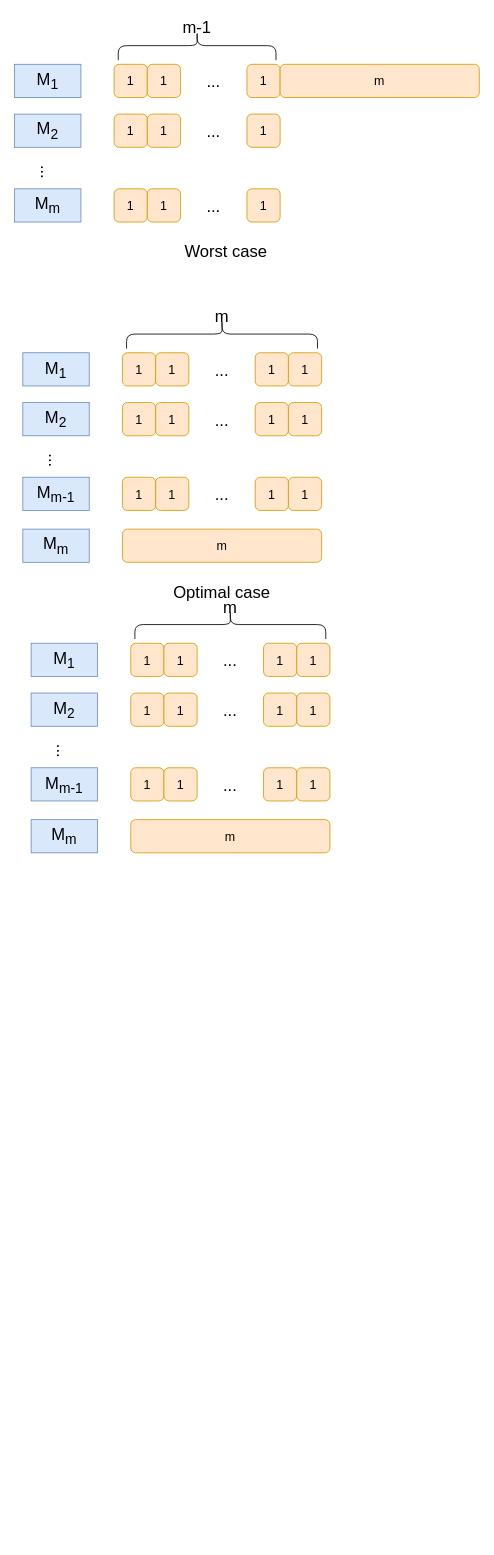
observer426/testForGit keeps this draw.io diagram as 高级算法.drawio. Above is the earlier version. Source tidied: cells renumbered, new cells numbered last; positions are measured from the earlier drawing's top-left corner, leaving out a move shared by most shapes. Both pictures are drawn from the tidied source at 83%, with x=0, y=0 at pixel (14, -34).
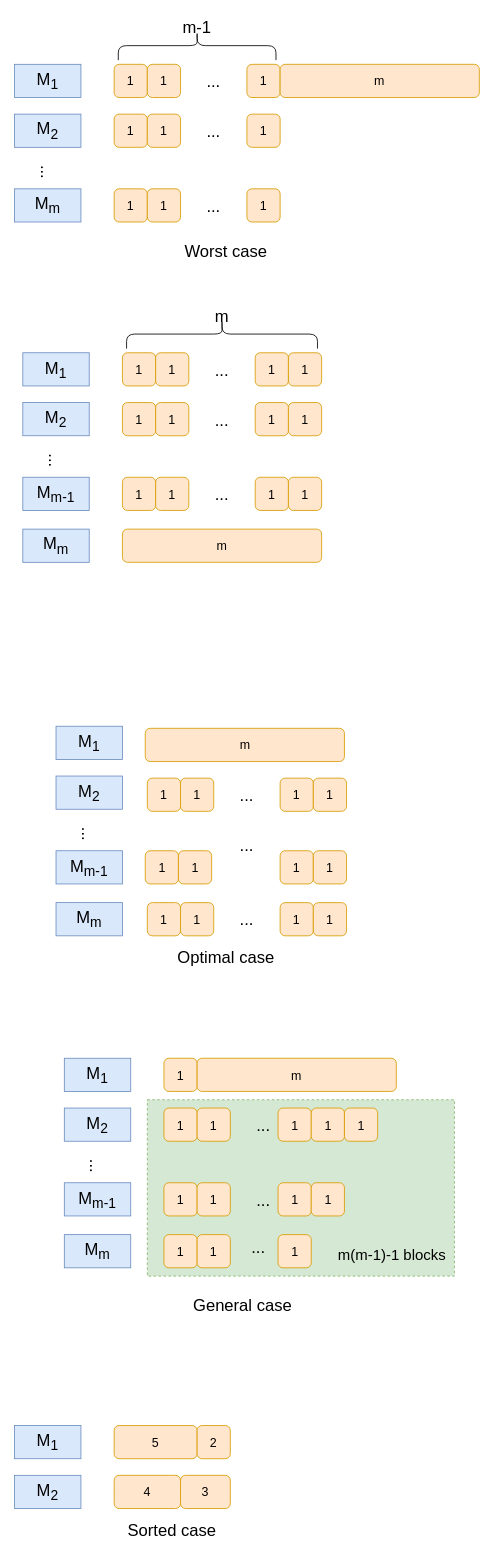
Above is the later version.

Commit message:
更新高级算法.drawio

Change to the diagram source:
```diff
@@
+    <mxCell id="69" style="rounded=0;whiteSpace=wrap;html=1;fillColor=#d5e8d4;strokeColor=#82b366;dashed=1;" parent="1" vertex="1">
+      <mxGeometry x="160" y="1365.5" width="370" height="212.5" as="geometry" />
+    </mxCell>
@@
     <mxCell id="40" value="&lt;font style=&quot;font-size: 20px;&quot;&gt;Optimal case&lt;/font&gt;" style="text;html=1;align=center;verticalAlign=middle;whiteSpace=wrap;rounded=0;" parent="1" vertex="1">
-      <mxGeometry x="185" y="738" width="130" height="30" as="geometry" />
+      <mxGeometry x="190" y="1178" width="130" height="30" as="geometry" />
     </mxCell>
@@
     <mxCell id="46" value="&lt;font style=&quot;font-size: 20px;&quot;&gt;M&lt;sub&gt;1&lt;/sub&gt;&lt;/font&gt;" style="rounded=0;whiteSpace=wrap;html=1;fillColor=#dae8fc;strokeColor=#6c8ebf;" parent="1" vertex="1">
-      <mxGeometry x="20" y="815.5" width="80" height="40" as="geometry" />
+      <mxGeometry x="50" y="915.5" width="80" height="40" as="geometry" />
     </mxCell>
-    <mxCell id="47" value="&lt;font style=&quot;font-size: 15px;&quot;&gt;1&lt;/font&gt;" style="rounded=1;whiteSpace=wrap;html=1;fillColor=#ffe6cc;strokeColor=#d79b00;" parent="1" vertex="1">
-      <mxGeometry x="140" y="815.5" width="40" height="40" as="geometry" />
-    </mxCell>
-    <mxCell id="48" value="&lt;font style=&quot;font-size: 15px;&quot;&gt;1&lt;/font&gt;" style="rounded=1;whiteSpace=wrap;html=1;fillColor=#ffe6cc;strokeColor=#d79b00;" parent="1" vertex="1">
-      <mxGeometry x="180" y="815.5" width="40" height="40" as="geometry" />
-    </mxCell>
-    <mxCell id="49" value="&lt;font style=&quot;font-size: 20px;&quot;&gt;...&lt;/font&gt;" style="text;html=1;align=center;verticalAlign=middle;whiteSpace=wrap;rounded=0;" parent="1" vertex="1">
-      <mxGeometry x="230" y="820.5" width="60" height="30" as="geometry" />
-    </mxCell>
-    <mxCell id="50" value="&lt;font style=&quot;font-size: 15px;&quot;&gt;1&lt;/font&gt;" style="rounded=1;whiteSpace=wrap;html=1;fillColor=#ffe6cc;strokeColor=#d79b00;" parent="1" vertex="1">
-      <mxGeometry x="300" y="815.5" width="40" height="40" as="geometry" />
-    </mxCell>
-    <mxCell id="51" style="shape=curlyBracket;whiteSpace=wrap;html=1;rounded=1;labelPosition=left;verticalLabelPosition=middle;align=right;verticalAlign=middle;rotation=90;" parent="1" vertex="1">
-      <mxGeometry x="242.5" y="678" width="35" height="230" as="geometry" />
-    </mxCell>
-    <mxCell id="52" value="&lt;font style=&quot;font-size: 20px;&quot;&gt;m&lt;/font&gt;" style="text;html=1;align=center;verticalAlign=middle;whiteSpace=wrap;rounded=0;" parent="1" vertex="1">
-      <mxGeometry x="230" y="755.5" width="60" height="30" as="geometry" />
-    </mxCell>
     <mxCell id="53" value="&lt;font style=&quot;font-size: 20px;&quot;&gt;M&lt;sub&gt;2&lt;/sub&gt;&lt;/font&gt;" style="rounded=0;whiteSpace=wrap;html=1;fillColor=#dae8fc;strokeColor=#6c8ebf;" parent="1" vertex="1">
-      <mxGeometry x="20" y="875.5" width="80" height="40" as="geometry" />
+      <mxGeometry x="50" y="975.5" width="80" height="40" as="geometry" />
     </mxCell>
     <mxCell id="54" value="&lt;font style=&quot;font-size: 20px;&quot;&gt;...&lt;/font&gt;" style="text;html=1;align=center;verticalAlign=middle;whiteSpace=wrap;rounded=0;rotation=90;" parent="1" vertex="1">
-      <mxGeometry x="30" y="930.5" width="60" height="30" as="geometry" />
+      <mxGeometry x="60" y="1030.5" width="60" height="30" as="geometry" />
     </mxCell>
     <mxCell id="55" value="&lt;font style=&quot;font-size: 20px;&quot;&gt;M&lt;sub&gt;m-1&lt;/sub&gt;&lt;/font&gt;" style="rounded=0;whiteSpace=wrap;html=1;fillColor=#dae8fc;strokeColor=#6c8ebf;" parent="1" vertex="1">
-      <mxGeometry x="20" y="965.5" width="80" height="40" as="geometry" />
+      <mxGeometry x="50" y="1065.5" width="80" height="40" as="geometry" />
     </mxCell>
     <mxCell id="56" value="&lt;font style=&quot;font-size: 15px;&quot;&gt;m&lt;/font&gt;" style="rounded=1;whiteSpace=wrap;html=1;fillColor=#ffe6cc;strokeColor=#d79b00;" parent="1" vertex="1">
-      <mxGeometry x="140" y="1028" width="240" height="40" as="geometry" />
+      <mxGeometry x="157.5" y="918" width="240" height="40" as="geometry" />
     </mxCell>
-    <mxCell id="57" value="&lt;font style=&quot;font-size: 15px;&quot;&gt;1&lt;/font&gt;" style="rounded=1;whiteSpace=wrap;html=1;fillColor=#ffe6cc;strokeColor=#d79b00;" parent="1" vertex="1">
-      <mxGeometry x="140" y="875.5" width="40" height="40" as="geometry" />
-    </mxCell>
-    <mxCell id="58" value="&lt;font style=&quot;font-size: 15px;&quot;&gt;1&lt;/font&gt;" style="rounded=1;whiteSpace=wrap;html=1;fillColor=#ffe6cc;strokeColor=#d79b00;" parent="1" vertex="1">
-      <mxGeometry x="180" y="875.5" width="40" height="40" as="geometry" />
-    </mxCell>
-    <mxCell id="59" value="&lt;font style=&quot;font-size: 20px;&quot;&gt;...&lt;/font&gt;" style="text;html=1;align=center;verticalAlign=middle;whiteSpace=wrap;rounded=0;" parent="1" vertex="1">
-      <mxGeometry x="230" y="880.5" width="60" height="30" as="geometry" />
-    </mxCell>
-    <mxCell id="60" value="&lt;font style=&quot;font-size: 15px;&quot;&gt;1&lt;/font&gt;" style="rounded=1;whiteSpace=wrap;html=1;fillColor=#ffe6cc;strokeColor=#d79b00;" parent="1" vertex="1">
-      <mxGeometry x="300" y="875.5" width="40" height="40" as="geometry" />
-    </mxCell>
-    <mxCell id="61" value="&lt;font style=&quot;font-size: 15px;&quot;&gt;1&lt;/font&gt;" style="rounded=1;whiteSpace=wrap;html=1;fillColor=#ffe6cc;strokeColor=#d79b00;" parent="1" vertex="1">
-      <mxGeometry x="140" y="965.5" width="40" height="40" as="geometry" />
-    </mxCell>
-    <mxCell id="62" value="&lt;font style=&quot;font-size: 15px;&quot;&gt;1&lt;/font&gt;" style="rounded=1;whiteSpace=wrap;html=1;fillColor=#ffe6cc;strokeColor=#d79b00;" parent="1" vertex="1">
-      <mxGeometry x="180" y="965.5" width="40" height="40" as="geometry" />
-    </mxCell>
-    <mxCell id="63" value="&lt;font style=&quot;font-size: 20px;&quot;&gt;...&lt;/font&gt;" style="text;html=1;align=center;verticalAlign=middle;whiteSpace=wrap;rounded=0;" parent="1" vertex="1">
-      <mxGeometry x="230" y="970.5" width="60" height="30" as="geometry" />
-    </mxCell>
-    <mxCell id="64" value="&lt;font style=&quot;font-size: 15px;&quot;&gt;1&lt;/font&gt;" style="rounded=1;whiteSpace=wrap;html=1;fillColor=#ffe6cc;strokeColor=#d79b00;" parent="1" vertex="1">
-      <mxGeometry x="300" y="965.5" width="40" height="40" as="geometry" />
-    </mxCell>
-    <mxCell id="65" value="&lt;font style=&quot;font-size: 15px;&quot;&gt;1&lt;/font&gt;" style="rounded=1;whiteSpace=wrap;html=1;fillColor=#ffe6cc;strokeColor=#d79b00;" parent="1" vertex="1">
-      <mxGeometry x="340" y="815.5" width="40" height="40" as="geometry" />
-    </mxCell>
-    <mxCell id="66" value="&lt;font style=&quot;font-size: 15px;&quot;&gt;1&lt;/font&gt;" style="rounded=1;whiteSpace=wrap;html=1;fillColor=#ffe6cc;strokeColor=#d79b00;" parent="1" vertex="1">
-      <mxGeometry x="340" y="875.5" width="40" height="40" as="geometry" />
-    </mxCell>
-    <mxCell id="67" value="&lt;font style=&quot;font-size: 15px;&quot;&gt;1&lt;/font&gt;" style="rounded=1;whiteSpace=wrap;html=1;fillColor=#ffe6cc;strokeColor=#d79b00;" parent="1" vertex="1">
-      <mxGeometry x="340" y="965.5" width="40" height="40" as="geometry" />
-    </mxCell>
     <mxCell id="68" value="&lt;font style=&quot;font-size: 20px;&quot;&gt;M&lt;sub&gt;m&lt;/sub&gt;&lt;/font&gt;" style="rounded=0;whiteSpace=wrap;html=1;fillColor=#dae8fc;strokeColor=#6c8ebf;" parent="1" vertex="1">
-      <mxGeometry x="20" y="1028" width="80" height="40" as="geometry" />
+      <mxGeometry x="50" y="1128" width="80" height="40" as="geometry" />
     </mxCell>
+    <mxCell id="70" value="&lt;font style=&quot;font-size: 20px;&quot;&gt;M&lt;sub&gt;1&lt;/sub&gt;&lt;/font&gt;" style="rounded=0;whiteSpace=wrap;html=1;fillColor=#dae8fc;strokeColor=#6c8ebf;" parent="1" vertex="1">
+      <mxGeometry x="60" y="1315.5" width="80" height="40" as="geometry" />
+    </mxCell>
+    <mxCell id="71" value="&lt;font style=&quot;font-size: 15px;&quot;&gt;1&lt;/font&gt;" style="rounded=1;whiteSpace=wrap;html=1;fillColor=#ffe6cc;strokeColor=#d79b00;" parent="1" vertex="1">
+      <mxGeometry x="180" y="1315.5" width="40" height="40" as="geometry" />
+    </mxCell>
+    <mxCell id="72" value="&lt;font style=&quot;font-size: 15px;&quot;&gt;1&lt;/font&gt;" style="rounded=1;whiteSpace=wrap;html=1;fillColor=#ffe6cc;strokeColor=#d79b00;" parent="1" vertex="1">
+      <mxGeometry x="180" y="1528" width="40" height="40" as="geometry" />
+    </mxCell>
+    <mxCell id="73" value="&lt;font style=&quot;font-size: 20px;&quot;&gt;...&lt;/font&gt;" style="text;html=1;align=center;verticalAlign=middle;whiteSpace=wrap;rounded=0;" parent="1" vertex="1">
+      <mxGeometry x="264" y="1528" width="60" height="30" as="geometry" />
+    </mxCell>
+    <mxCell id="74" value="&lt;font style=&quot;font-size: 15px;&quot;&gt;1&lt;/font&gt;" style="rounded=1;whiteSpace=wrap;html=1;fillColor=#ffe6cc;strokeColor=#d79b00;" parent="1" vertex="1">
+      <mxGeometry x="220" y="1528" width="40" height="40" as="geometry" />
+    </mxCell>
+    <mxCell id="75" value="&lt;font style=&quot;font-size: 20px;&quot;&gt;M&lt;sub&gt;2&lt;/sub&gt;&lt;/font&gt;" style="rounded=0;whiteSpace=wrap;html=1;fillColor=#dae8fc;strokeColor=#6c8ebf;" parent="1" vertex="1">
+      <mxGeometry x="60" y="1375.5" width="80" height="40" as="geometry" />
+    </mxCell>
+    <mxCell id="76" value="&lt;font style=&quot;font-size: 20px;&quot;&gt;...&lt;/font&gt;" style="text;html=1;align=center;verticalAlign=middle;whiteSpace=wrap;rounded=0;rotation=90;" parent="1" vertex="1">
+      <mxGeometry x="70" y="1430.5" width="60" height="30" as="geometry" />
+    </mxCell>
+    <mxCell id="77" value="&lt;font style=&quot;font-size: 20px;&quot;&gt;M&lt;sub&gt;m-1&lt;/sub&gt;&lt;/font&gt;" style="rounded=0;whiteSpace=wrap;html=1;fillColor=#dae8fc;strokeColor=#6c8ebf;" parent="1" vertex="1">
+      <mxGeometry x="60" y="1465.5" width="80" height="40" as="geometry" />
+    </mxCell>
+    <mxCell id="52" value="&lt;font style=&quot;font-size: 15px;&quot;&gt;m&lt;/font&gt;" style="rounded=1;whiteSpace=wrap;html=1;fillColor=#ffe6cc;strokeColor=#d79b00;" parent="1" vertex="1">
+      <mxGeometry x="220" y="1315.5" width="240" height="40" as="geometry" />
+    </mxCell>
+    <mxCell id="78" value="&lt;font style=&quot;font-size: 15px;&quot;&gt;1&lt;/font&gt;" style="rounded=1;whiteSpace=wrap;html=1;fillColor=#ffe6cc;strokeColor=#d79b00;" parent="1" vertex="1">
+      <mxGeometry x="180" y="1375.5" width="40" height="40" as="geometry" />
+    </mxCell>
+    <mxCell id="79" value="&lt;font style=&quot;font-size: 15px;&quot;&gt;1&lt;/font&gt;" style="rounded=1;whiteSpace=wrap;html=1;fillColor=#ffe6cc;strokeColor=#d79b00;" parent="1" vertex="1">
+      <mxGeometry x="220" y="1375.5" width="40" height="40" as="geometry" />
+    </mxCell>
+    <mxCell id="80" value="&lt;font style=&quot;font-size: 20px;&quot;&gt;...&lt;/font&gt;" style="text;html=1;align=center;verticalAlign=middle;whiteSpace=wrap;rounded=0;" parent="1" vertex="1">
+      <mxGeometry x="270" y="1380.5" width="60" height="30" as="geometry" />
+    </mxCell>
+    <mxCell id="81" value="&lt;font style=&quot;font-size: 15px;&quot;&gt;1&lt;/font&gt;" style="rounded=1;whiteSpace=wrap;html=1;fillColor=#ffe6cc;strokeColor=#d79b00;" parent="1" vertex="1">
+      <mxGeometry x="317.5" y="1375.5" width="40" height="40" as="geometry" />
+    </mxCell>
+    <mxCell id="82" value="&lt;font style=&quot;font-size: 15px;&quot;&gt;1&lt;/font&gt;" style="rounded=1;whiteSpace=wrap;html=1;fillColor=#ffe6cc;strokeColor=#d79b00;" parent="1" vertex="1">
+      <mxGeometry x="180" y="1465.5" width="40" height="40" as="geometry" />
+    </mxCell>
+    <mxCell id="83" value="&lt;font style=&quot;font-size: 15px;&quot;&gt;1&lt;/font&gt;" style="rounded=1;whiteSpace=wrap;html=1;fillColor=#ffe6cc;strokeColor=#d79b00;" parent="1" vertex="1">
+      <mxGeometry x="220" y="1465.5" width="40" height="40" as="geometry" />
+    </mxCell>
+    <mxCell id="84" value="&lt;font style=&quot;font-size: 20px;&quot;&gt;...&lt;/font&gt;" style="text;html=1;align=center;verticalAlign=middle;whiteSpace=wrap;rounded=0;" parent="1" vertex="1">
+      <mxGeometry x="270" y="1470.5" width="60" height="30" as="geometry" />
+    </mxCell>
+    <mxCell id="85" value="&lt;font style=&quot;font-size: 15px;&quot;&gt;1&lt;/font&gt;" style="rounded=1;whiteSpace=wrap;html=1;fillColor=#ffe6cc;strokeColor=#d79b00;" parent="1" vertex="1">
+      <mxGeometry x="317.5" y="1465.5" width="40" height="40" as="geometry" />
+    </mxCell>
+    <mxCell id="86" value="&lt;font style=&quot;font-size: 15px;&quot;&gt;1&lt;/font&gt;" style="rounded=1;whiteSpace=wrap;html=1;fillColor=#ffe6cc;strokeColor=#d79b00;" parent="1" vertex="1">
+      <mxGeometry x="317.5" y="1528" width="40" height="40" as="geometry" />
+    </mxCell>
+    <mxCell id="87" value="&lt;font style=&quot;font-size: 15px;&quot;&gt;1&lt;/font&gt;" style="rounded=1;whiteSpace=wrap;html=1;fillColor=#ffe6cc;strokeColor=#d79b00;" parent="1" vertex="1">
+      <mxGeometry x="357.5" y="1375.5" width="40" height="40" as="geometry" />
+    </mxCell>
+    <mxCell id="88" value="&lt;font style=&quot;font-size: 15px;&quot;&gt;1&lt;/font&gt;" style="rounded=1;whiteSpace=wrap;html=1;fillColor=#ffe6cc;strokeColor=#d79b00;" parent="1" vertex="1">
+      <mxGeometry x="357.5" y="1465.5" width="40" height="40" as="geometry" />
+    </mxCell>
+    <mxCell id="89" value="&lt;font style=&quot;font-size: 20px;&quot;&gt;M&lt;sub&gt;m&lt;/sub&gt;&lt;/font&gt;" style="rounded=0;whiteSpace=wrap;html=1;fillColor=#dae8fc;strokeColor=#6c8ebf;" parent="1" vertex="1">
+      <mxGeometry x="60" y="1528" width="80" height="40" as="geometry" />
+    </mxCell>
+    <mxCell id="90" value="&lt;font style=&quot;font-size: 15px;&quot;&gt;1&lt;/font&gt;" style="rounded=1;whiteSpace=wrap;html=1;fillColor=#ffe6cc;strokeColor=#d79b00;" parent="1" vertex="1">
+      <mxGeometry x="397.5" y="1375.5" width="40" height="40" as="geometry" />
+    </mxCell>
+    <mxCell id="91" value="&lt;font style=&quot;font-size: 18px;&quot;&gt;m(m-1)-1 blocks&lt;/font&gt;" style="text;html=1;align=center;verticalAlign=middle;whiteSpace=wrap;rounded=0;" parent="1" vertex="1">
+      <mxGeometry x="350" y="1538" width="210" height="30" as="geometry" />
+    </mxCell>
+    <mxCell id="92" value="&lt;font style=&quot;font-size: 20px;&quot;&gt;General case&lt;/font&gt;" style="text;html=1;align=center;verticalAlign=middle;whiteSpace=wrap;rounded=0;" parent="1" vertex="1">
+      <mxGeometry x="210" y="1598" width="130" height="30" as="geometry" />
+    </mxCell>
+    <mxCell id="93" value="&lt;font style=&quot;font-size: 20px;&quot;&gt;M&lt;sub&gt;1&lt;/sub&gt;&lt;/font&gt;" style="rounded=0;whiteSpace=wrap;html=1;fillColor=#dae8fc;strokeColor=#6c8ebf;" parent="1" vertex="1">
+      <mxGeometry y="1758" width="80" height="40" as="geometry" />
+    </mxCell>
+    <mxCell id="94" value="&lt;font style=&quot;font-size: 15px;&quot;&gt;5&lt;/font&gt;" style="rounded=1;whiteSpace=wrap;html=1;fillColor=#ffe6cc;strokeColor=#d79b00;" parent="1" vertex="1">
+      <mxGeometry x="120" y="1758" width="100" height="40" as="geometry" />
+    </mxCell>
+    <mxCell id="95" value="&lt;font style=&quot;font-size: 20px;&quot;&gt;M&lt;sub&gt;2&lt;/sub&gt;&lt;/font&gt;" style="rounded=0;whiteSpace=wrap;html=1;fillColor=#dae8fc;strokeColor=#6c8ebf;" parent="1" vertex="1">
+      <mxGeometry y="1818" width="80" height="40" as="geometry" />
+    </mxCell>
+    <mxCell id="96" value="&lt;font style=&quot;font-size: 15px;&quot;&gt;4&lt;/font&gt;" style="rounded=1;whiteSpace=wrap;html=1;fillColor=#ffe6cc;strokeColor=#d79b00;" parent="1" vertex="1">
+      <mxGeometry x="120" y="1818" width="80" height="40" as="geometry" />
+    </mxCell>
+    <mxCell id="97" value="&lt;font style=&quot;font-size: 15px;&quot;&gt;2&lt;/font&gt;" style="rounded=1;whiteSpace=wrap;html=1;fillColor=#ffe6cc;strokeColor=#d79b00;" parent="1" vertex="1">
+      <mxGeometry x="220" y="1758" width="40" height="40" as="geometry" />
+    </mxCell>
+    <mxCell id="98" value="&lt;font style=&quot;font-size: 15px;&quot;&gt;3&lt;/font&gt;" style="rounded=1;whiteSpace=wrap;html=1;fillColor=#ffe6cc;strokeColor=#d79b00;" parent="1" vertex="1">
+      <mxGeometry x="200" y="1818" width="60" height="40" as="geometry" />
+    </mxCell>
+    <mxCell id="99" value="&lt;font style=&quot;font-size: 20px;&quot;&gt;Sorted case&lt;/font&gt;" style="text;html=1;align=center;verticalAlign=middle;whiteSpace=wrap;rounded=0;" parent="1" vertex="1">
+      <mxGeometry x="125" y="1868" width="130" height="30" as="geometry" />
+    </mxCell>
+    <mxCell id="100" value="&lt;font style=&quot;font-size: 15px;&quot;&gt;1&lt;/font&gt;" style="rounded=1;whiteSpace=wrap;html=1;fillColor=#ffe6cc;strokeColor=#d79b00;" parent="1" vertex="1">
+      <mxGeometry x="160" y="978" width="40" height="40" as="geometry" />
+    </mxCell>
+    <mxCell id="101" value="&lt;font style=&quot;font-size: 15px;&quot;&gt;1&lt;/font&gt;" style="rounded=1;whiteSpace=wrap;html=1;fillColor=#ffe6cc;strokeColor=#d79b00;" parent="1" vertex="1">
+      <mxGeometry x="200" y="978" width="40" height="40" as="geometry" />
+    </mxCell>
+    <mxCell id="102" value="&lt;font style=&quot;font-size: 20px;&quot;&gt;...&lt;/font&gt;" style="text;html=1;align=center;verticalAlign=middle;whiteSpace=wrap;rounded=0;" parent="1" vertex="1">
+      <mxGeometry x="250" y="983" width="60" height="30" as="geometry" />
+    </mxCell>
+    <mxCell id="103" value="&lt;font style=&quot;font-size: 15px;&quot;&gt;1&lt;/font&gt;" style="rounded=1;whiteSpace=wrap;html=1;fillColor=#ffe6cc;strokeColor=#d79b00;" parent="1" vertex="1">
+      <mxGeometry x="320" y="978" width="40" height="40" as="geometry" />
+    </mxCell>
+    <mxCell id="104" value="&lt;font style=&quot;font-size: 15px;&quot;&gt;1&lt;/font&gt;" style="rounded=1;whiteSpace=wrap;html=1;fillColor=#ffe6cc;strokeColor=#d79b00;" parent="1" vertex="1">
+      <mxGeometry x="157.5" y="1065.5" width="40" height="40" as="geometry" />
+    </mxCell>
+    <mxCell id="105" value="&lt;font style=&quot;font-size: 15px;&quot;&gt;1&lt;/font&gt;" style="rounded=1;whiteSpace=wrap;html=1;fillColor=#ffe6cc;strokeColor=#d79b00;" parent="1" vertex="1">
+      <mxGeometry x="197.5" y="1065.5" width="40" height="40" as="geometry" />
+    </mxCell>
+    <mxCell id="106" value="&lt;font style=&quot;font-size: 20px;&quot;&gt;...&lt;/font&gt;" style="text;html=1;align=center;verticalAlign=middle;whiteSpace=wrap;rounded=0;" parent="1" vertex="1">
+      <mxGeometry x="250" y="1043" width="60" height="30" as="geometry" />
+    </mxCell>
+    <mxCell id="107" value="&lt;font style=&quot;font-size: 15px;&quot;&gt;1&lt;/font&gt;" style="rounded=1;whiteSpace=wrap;html=1;fillColor=#ffe6cc;strokeColor=#d79b00;" parent="1" vertex="1">
+      <mxGeometry x="320" y="1065.5" width="40" height="40" as="geometry" />
+    </mxCell>
+    <mxCell id="108" value="&lt;font style=&quot;font-size: 15px;&quot;&gt;1&lt;/font&gt;" style="rounded=1;whiteSpace=wrap;html=1;fillColor=#ffe6cc;strokeColor=#d79b00;" parent="1" vertex="1">
+      <mxGeometry x="160" y="1128" width="40" height="40" as="geometry" />
+    </mxCell>
+    <mxCell id="109" value="&lt;font style=&quot;font-size: 15px;&quot;&gt;1&lt;/font&gt;" style="rounded=1;whiteSpace=wrap;html=1;fillColor=#ffe6cc;strokeColor=#d79b00;" parent="1" vertex="1">
+      <mxGeometry x="200" y="1128" width="40" height="40" as="geometry" />
+    </mxCell>
+    <mxCell id="110" value="&lt;font style=&quot;font-size: 20px;&quot;&gt;...&lt;/font&gt;" style="text;html=1;align=center;verticalAlign=middle;whiteSpace=wrap;rounded=0;" parent="1" vertex="1">
+      <mxGeometry x="250" y="1133" width="60" height="30" as="geometry" />
+    </mxCell>
+    <mxCell id="111" value="&lt;font style=&quot;font-size: 15px;&quot;&gt;1&lt;/font&gt;" style="rounded=1;whiteSpace=wrap;html=1;fillColor=#ffe6cc;strokeColor=#d79b00;" parent="1" vertex="1">
+      <mxGeometry x="320" y="1128" width="40" height="40" as="geometry" />
+    </mxCell>
+    <mxCell id="112" value="&lt;font style=&quot;font-size: 15px;&quot;&gt;1&lt;/font&gt;" style="rounded=1;whiteSpace=wrap;html=1;fillColor=#ffe6cc;strokeColor=#d79b00;" parent="1" vertex="1">
+      <mxGeometry x="360" y="978" width="40" height="40" as="geometry" />
+    </mxCell>
+    <mxCell id="113" value="&lt;font style=&quot;font-size: 15px;&quot;&gt;1&lt;/font&gt;" style="rounded=1;whiteSpace=wrap;html=1;fillColor=#ffe6cc;strokeColor=#d79b00;" parent="1" vertex="1">
+      <mxGeometry x="360" y="1065.5" width="40" height="40" as="geometry" />
+    </mxCell>
+    <mxCell id="114" value="&lt;font style=&quot;font-size: 15px;&quot;&gt;1&lt;/font&gt;" style="rounded=1;whiteSpace=wrap;html=1;fillColor=#ffe6cc;strokeColor=#d79b00;" parent="1" vertex="1">
+      <mxGeometry x="360" y="1128" width="40" height="40" as="geometry" />
+    </mxCell>
```
